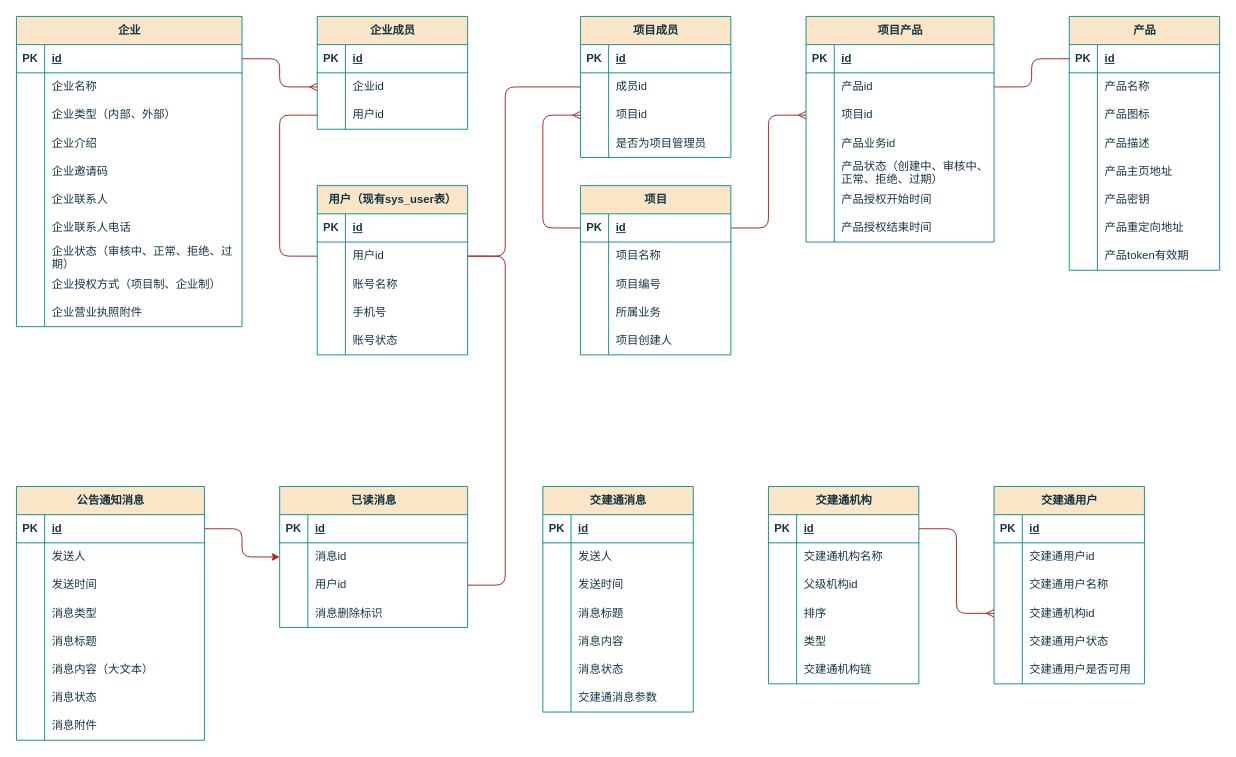
Before: page "E-R图" (1 of 5) of others/产品中心.drawio in Qunz/drawio, a draw.io diagram. Source tidied: cells renumbered, new cells numbered last; positions are measured from the earlier drawing's top-left corner, leaving out a move shared by most shapes. Both pictures are drawn from the tidied source at 94%, with x=0, y=0 at pixel (16, 16).
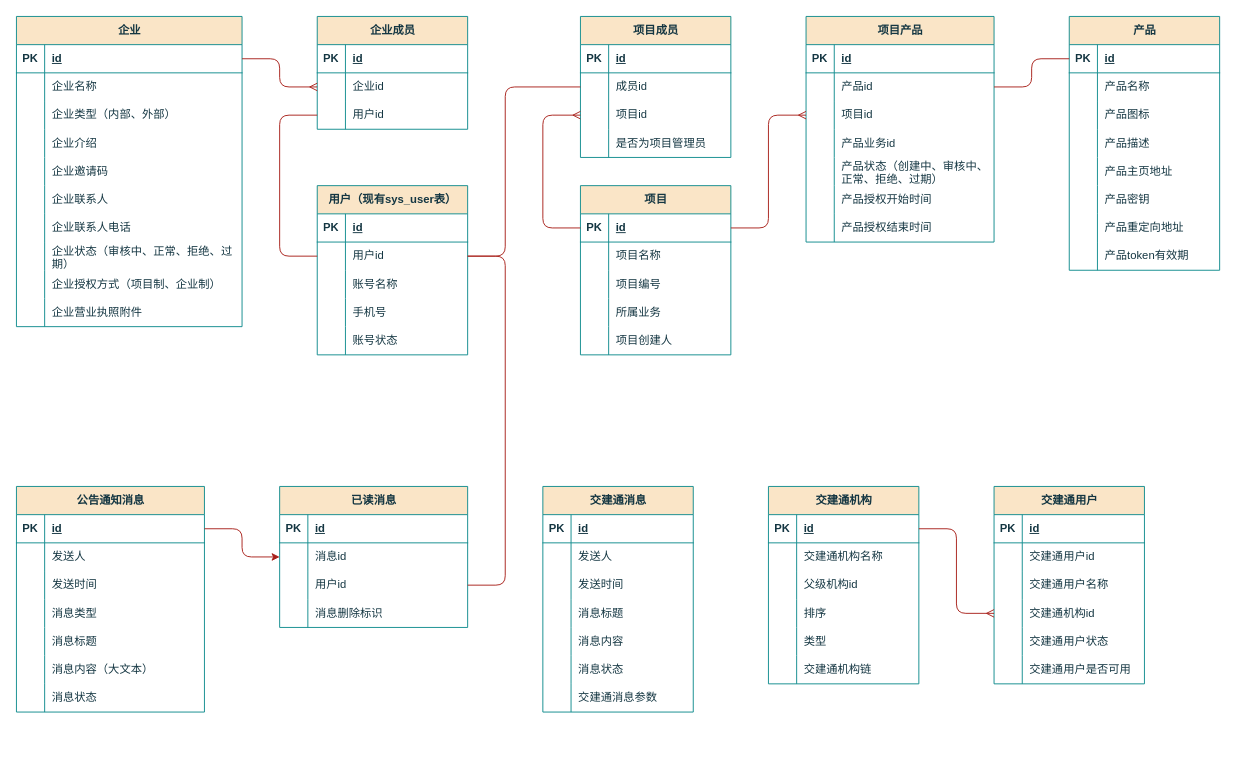
After the change.

Commit message:
更新产品中心.drawio

The edit, as a diff of the source:
```diff
@@
     <mxCell id="84" value="公告通知消息" style="shape=table;startSize=30;childLayout=tableLayout;rowLines=0;fontStyle=1;align=center;html=1;labelBackgroundColor=none;fillColor=#FAE5C7;strokeColor=#0F8B8D;fontColor=#143642;" parent="1" vertex="1">
-      <mxGeometry y="500" width="200" height="270" as="geometry" />
+      <mxGeometry y="500" width="200" height="240" as="geometry" />
     </mxCell>
@@
-    <mxCell id="106" style="shape=tableRow;horizontal=0;startSize=0;swimlaneHead=0;swimlaneBody=0;fillColor=none;top=0;left=0;right=0;bottom=0;labelBackgroundColor=none;strokeColor=#0F8B8D;fontColor=#143642;" parent="84" vertex="1">
-      <mxGeometry y="240" width="200" height="30" as="geometry" />
-    </mxCell>
-    <mxCell id="107" style="shape=partialRectangle;fillColor=none;top=0;left=0;bottom=0;right=0;overflow=hidden;whiteSpace=wrap;html=1;labelBackgroundColor=none;strokeColor=#0F8B8D;fontColor=#143642;" parent="106" vertex="1">
-      <mxGeometry width="30" height="30" as="geometry" />
-    </mxCell>
-    <mxCell id="108" value="消息附件" style="shape=partialRectangle;fillColor=none;top=0;left=0;bottom=0;right=0;align=left;spacingLeft=6;overflow=hidden;whiteSpace=wrap;html=1;labelBackgroundColor=none;strokeColor=#0F8B8D;fontColor=#143642;" parent="106" vertex="1">
-      <mxGeometry x="30" width="170" height="30" as="geometry" />
-    </mxCell>
```
